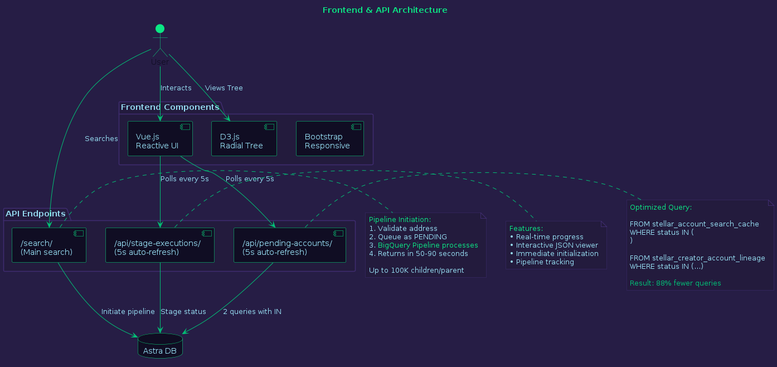
This is diagrams/04_frontend_api.png from areveur51/StellarMapWeb, a PlantUML export, as it was before one commit.
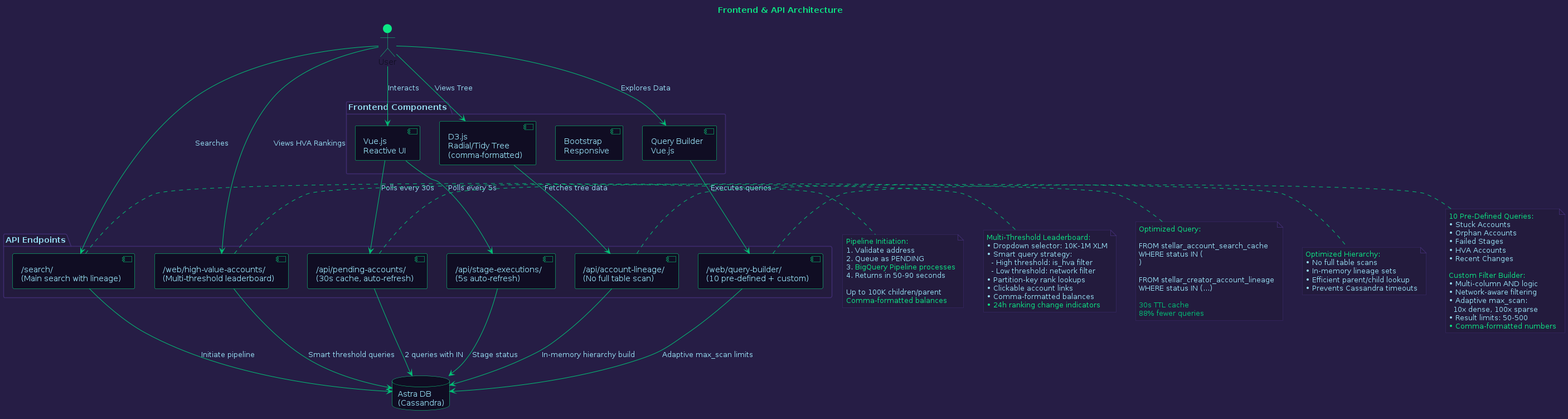
The same file after the commit.

Diff of the diagram source:
```diff
@@ -1,4 +1,4 @@
-@startuml Frontend & API Layer
+@startuml 04_frontend_api
 
 skinparam backgroundColor #261D45
 skinparam defaultFontColor #96DDF2
@@ -40,26 +40,39 @@
 
 package "Frontend Components" #231B3D {
   component "Vue.js\nReactive UI" as Vue
-  component "D3.js\nRadial Tree" as D3
+  component "D3.js\nRadial/Tidy Tree\n(comma-formatted)" as D3
   component "Bootstrap\nResponsive" as Bootstrap
+  component "Query Builder\nVue.js" as QueryBuilder
 }
 
 package "API Endpoints" #231B3D {
-  component "/api/pending-accounts/\n(5s auto-refresh)" as PendingAPI
+  component "/api/pending-accounts/\n(30s cache, auto-refresh)" as PendingAPI
   component "/api/stage-executions/\n(5s auto-refresh)" as StagesAPI
-  component "/search/\n(Main search)" as SearchAPI
+  component "/search/\n(Main search with lineage)" as SearchAPI
+  component "/web/high-value-accounts/\n(Multi-threshold leaderboard)" as HVAAPI
+  component "/web/query-builder/\n(10 pre-defined + custom)" as QueryBuilderAPI
+  component "/api/account-lineage/\n(No full table scan)" as LineageAPI
 }
 
-database "Astra DB" as DB
+database "Astra DB\n(Cassandra)" as DB
 
 User -[#01C176]-> Vue : "Interacts"
 User -[#01C176]-> D3 : "Views Tree"
-Vue -[#01C176]-> PendingAPI : "Polls every 5s"
+User -[#01C176]-> QueryBuilder : "Explores Data"
+
+Vue -[#01C176]-> PendingAPI : "Polls every 30s"
 Vue -[#01C176]-> StagesAPI : "Polls every 5s"
 User -[#01C176]-> SearchAPI : "Searches"
+User -[#01C176]-> HVAAPI : "Views HVA Rankings"
+QueryBuilder -[#01C176]-> QueryBuilderAPI : "Executes queries"
+D3 -[#01C176]-> LineageAPI : "Fetches tree data"
+
 PendingAPI -[#01C176]-> DB : "2 queries with IN"
 StagesAPI -[#01C176]-> DB : "Stage status"
 SearchAPI -[#01C176]-> DB : "Initiate pipeline"
+HVAAPI -[#01C176]-> DB : "Smart threshold queries"
+QueryBuilderAPI -[#01C176]-> DB : "Adaptive max_scan limits"
+LineageAPI -[#01C176]-> DB : "In-memory hierarchy build"
 
 note right of PendingAPI #231B3D
   <color:#0BE784>Optimized Query:
@@ -68,10 +81,11 @@
   WHERE status IN (
   )
 
-  FROM stellar_creator_account_lineage
+  <color:#96DDF2>FROM stellar_creator_account_lineage
   WHERE status IN (...)
 
-  <color:#01C176>Result: 88% fewer queries
+  <color:#01C176>30s TTL cache
+  <color:#01C176>88% fewer queries
 end note
 
 note right of SearchAPI #231B3D
@@ -82,14 +96,44 @@
   <color:#96DDF2>4. Returns in 50-90 seconds
 
   <color:#96DDF2>Up to 100K children/parent
+  <color:#0BE784>Comma-formatted balances
 end note
 
-note right of StagesAPI #231B3D
-  <color:#0BE784>Features:
-  <color:#96DDF2>• Real-time progress
-  • Interactive JSON viewer
-  • Immediate initialization
-  • Pipeline tracking
+note right of HVAAPI #231B3D
+  <color:#0BE784>Multi-Threshold Leaderboard:
+  <color:#96DDF2>• Dropdown selector: 10K-1M XLM
+  <color:#96DDF2>• Smart query strategy:
+  <color:#96DDF2>  - High threshold: is_hva filter
+  <color:#96DDF2>  - Low threshold: network filter
+  <color:#96DDF2>• Partition-key rank lookups
+  <color:#96DDF2>• Clickable account links
+  <color:#96DDF2>• Comma-formatted balances
+  <color:#0BE784>• 24h ranking change indicators
+end note
+
+note right of QueryBuilderAPI #231B3D
+  <color:#0BE784>10 Pre-Defined Queries:
+  <color:#96DDF2>• Stuck Accounts
+  <color:#96DDF2>• Orphan Accounts
+  <color:#96DDF2>• Failed Stages
+  <color:#96DDF2>• HVA Accounts
+  <color:#96DDF2>• Recent Changes
+
+  <color:#0BE784>Custom Filter Builder:
+  <color:#96DDF2>• Multi-column AND logic
+  <color:#96DDF2>• Network-aware filtering
+  <color:#96DDF2>• Adaptive max_scan:
+  <color:#96DDF2>  10x dense, 100x sparse
+  <color:#96DDF2>• Result limits: 50-500
+  <color:#0BE784>• Comma-formatted numbers
+end note
+
+note right of LineageAPI #231B3D
+  <color:#0BE784>Optimized Hierarchy:
+  <color:#96DDF2>• No full table scans
+  <color:#96DDF2>• In-memory lineage sets
+  <color:#96DDF2>• Efficient parent/child lookup
+  <color:#96DDF2>• Prevents Cassandra timeouts
 end note
 
 @enduml
```
